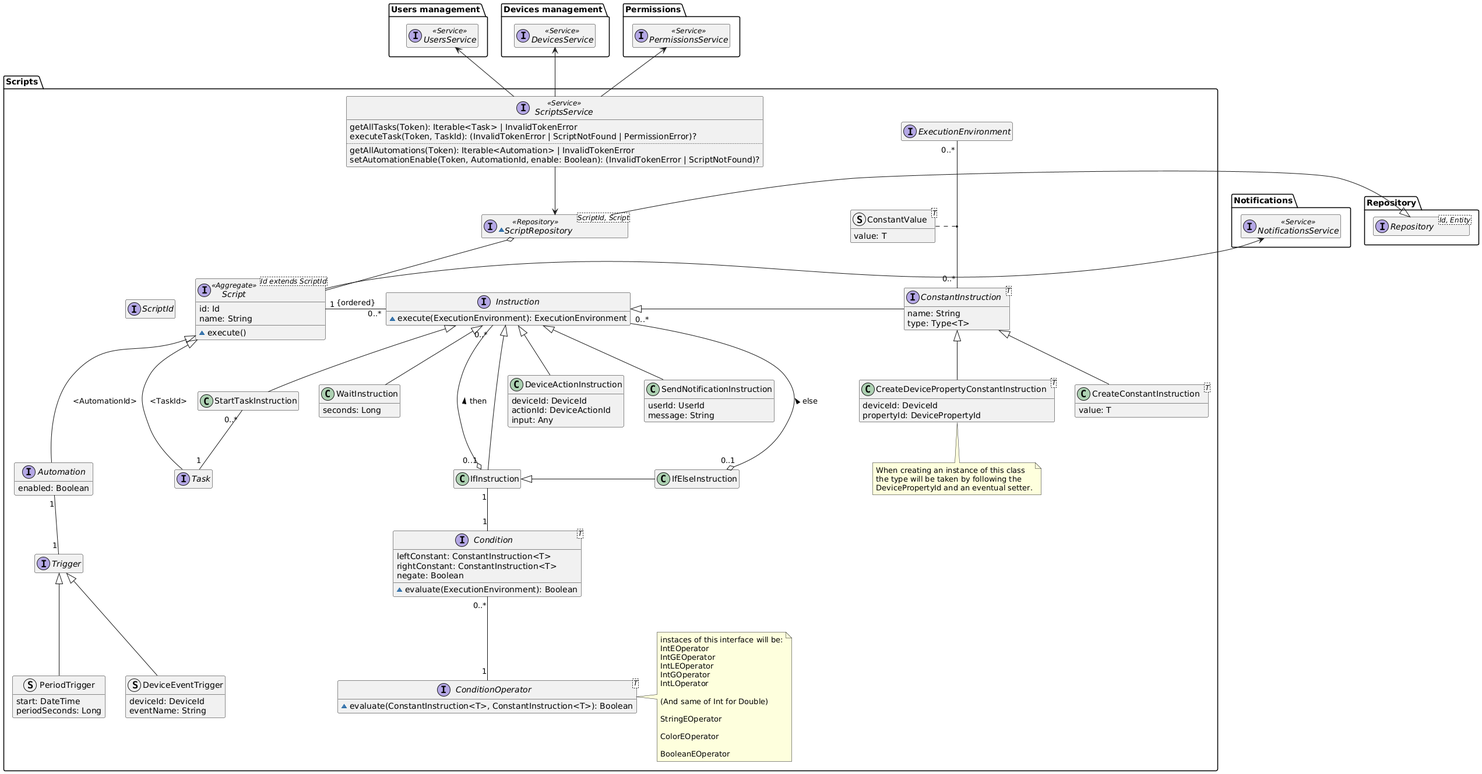
The PlantUML diagram diagrams/generated/scripts-domain-model.png in DomoticASW/.github, before a commit.
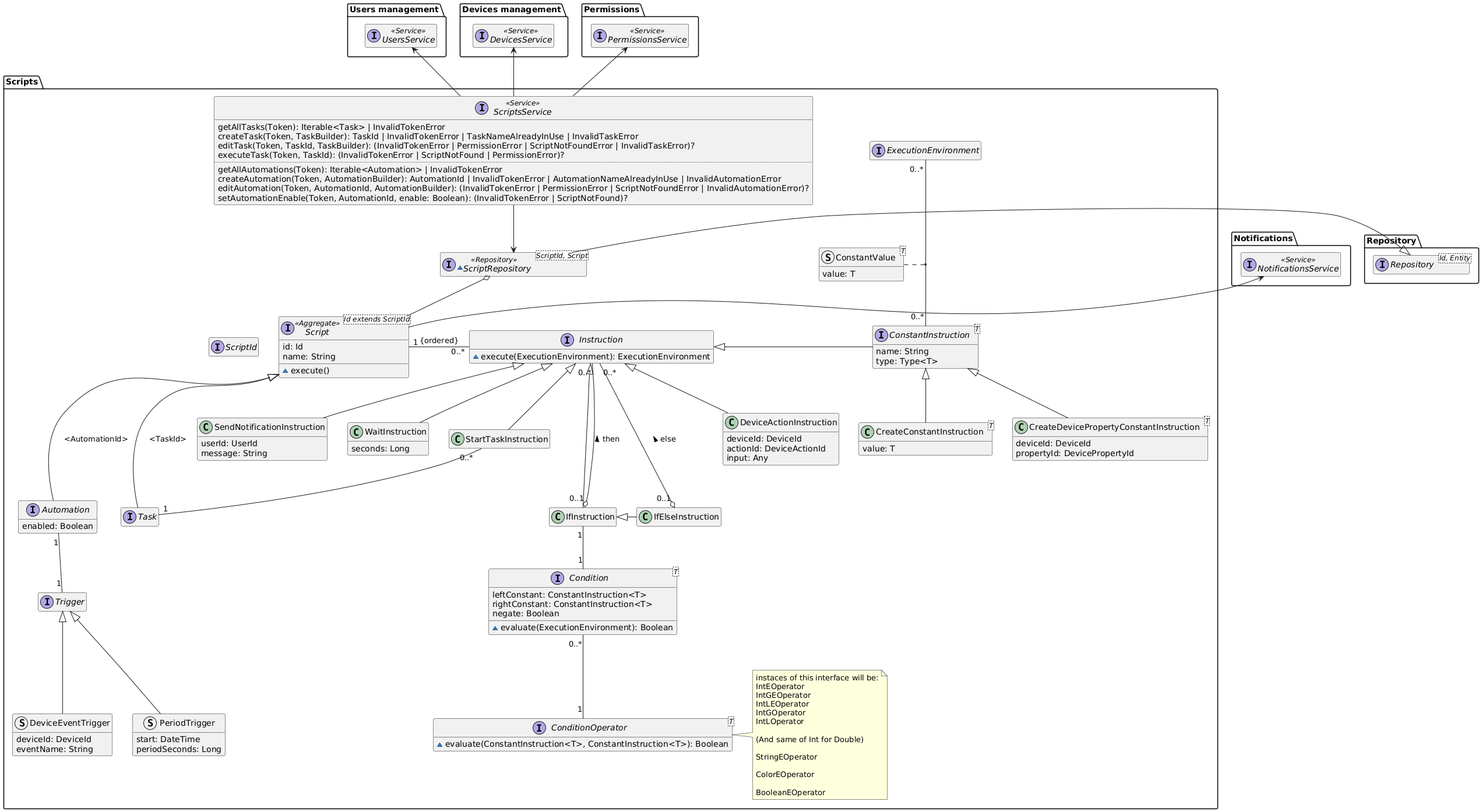
After the change.

Change to the diagram source:
```diff
@@ -81,11 +81,6 @@
         deviceId: DeviceId
         propertyId: DevicePropertyId
     }
-    note bottom of CreateDevicePropertyConstantInstruction
-        When creating an instance of this class
-        the type will be taken by following the
-        DevicePropertyId and an eventual setter.
-    end note
 
     class CreateConstantInstruction<T> extends ConstantInstruction {
         value: T
@@ -135,9 +130,13 @@
 
     interface ScriptsService <<Service>> {
         getAllTasks(Token): Iterable<Task> | InvalidTokenError
+        createTask(Token, TaskBuilder): TaskId | InvalidTokenError | TaskNameAlreadyInUse | InvalidTaskError
+        editTask(Token, TaskId, TaskBuilder): (InvalidTokenError | PermissionError | ScriptNotFoundError | InvalidTaskError)?
         executeTask(Token, TaskId): (InvalidTokenError | ScriptNotFound | PermissionError)?
         ..
         getAllAutomations(Token): Iterable<Automation> | InvalidTokenError
+        createAutomation(Token, AutomationBuilder): AutomationId | InvalidTokenError | AutomationNameAlreadyInUse | InvalidAutomationError
+        editAutomation(Token, AutomationId, AutomationBuilder): (InvalidTokenError | PermissionError | ScriptNotFoundError | InvalidAutomationError)?
         setAutomationEnable(Token, AutomationId, enable: Boolean): (InvalidTokenError | ScriptNotFound)?
     }
 
```
